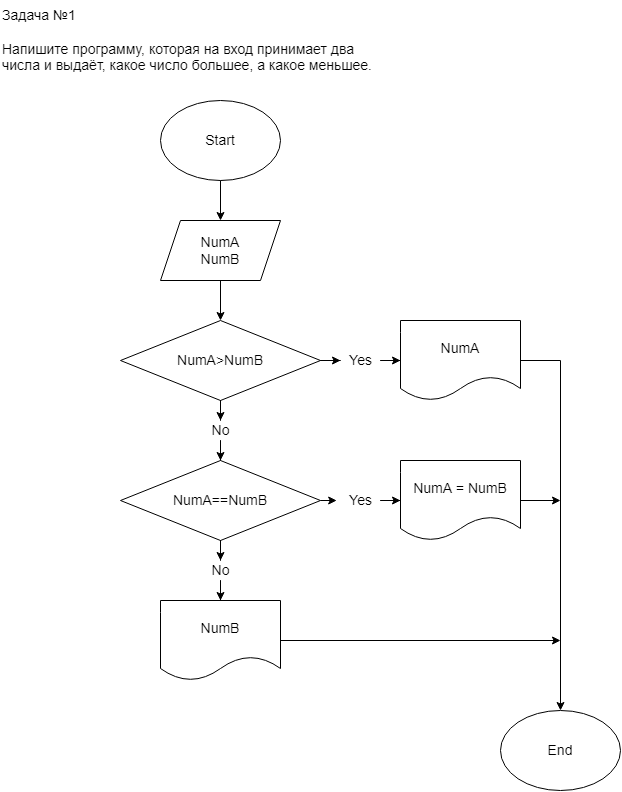
The draw.io diagram Seminar1/Task1/Exmp1.drawio.png in Artur-by/HomeWorkGeekbrains, before a commit. Source tidied: cells renumbered, new cells last; positions are measured from the earlier drawing's top-left corner, leaving out a move shared by most shapes. Source of this version:
```xml
<mxGraphModel>
  <root>
    <mxCell id="0" />
    <mxCell id="1" parent="0" />
    <mxCell id="2" value="&amp;nbsp;" style="text;html=1;align=center;verticalAlign=middle;strokeColor=none;fillColor=none;" parent="1" vertex="1">
      <mxGeometry x="70" y="40" width="20" height="20" as="geometry" />
    </mxCell>
    <mxCell id="3" value="Задача №1&#10;&#10;Напишите программу, которая на вход принимает два числа и выдаёт, какое число большее, а какое меньшее.&#10;" style="text;whiteSpace=wrap;fillColor=none;fontSize=14;" parent="1" vertex="1">
      <mxGeometry width="390" height="70" as="geometry" />
    </mxCell>
    <mxCell id="4" style="edgeStyle=orthogonalEdgeStyle;rounded=0;jettySize=auto;html=1;entryX=0.5;entryY=0;entryDx=0;entryDy=0;fontSize=14;" parent="1" edge="1" source="5" target="7">
      <mxGeometry relative="1" as="geometry" />
    </mxCell>
    <mxCell id="5" value="Start" style="ellipse;whiteSpace=wrap;html=1;fontSize=14;fillColor=none;" parent="1" vertex="1">
      <mxGeometry x="160" y="100" width="120" height="80" as="geometry" />
    </mxCell>
    <mxCell id="6" style="edgeStyle=orthogonalEdgeStyle;rounded=0;jettySize=auto;html=1;fontSize=14;" parent="1" edge="1" source="7">
      <mxGeometry relative="1" as="geometry">
        <mxPoint x="220" y="320" as="targetPoint" />
      </mxGeometry>
    </mxCell>
    <mxCell id="7" value="NumA&lt;br&gt;NumB" style="shape=parallelogram;perimeter=parallelogramPerimeter;whiteSpace=wrap;html=1;fixedSize=1;fontSize=14;fillColor=none;" parent="1" vertex="1">
      <mxGeometry x="160" y="220" width="120" height="60" as="geometry" />
    </mxCell>
    <mxCell id="8" style="edgeStyle=orthogonalEdgeStyle;rounded=0;jettySize=auto;html=1;fontSize=14;" parent="1" edge="1" source="10">
      <mxGeometry relative="1" as="geometry">
        <mxPoint x="220" y="420" as="targetPoint" />
      </mxGeometry>
    </mxCell>
    <mxCell id="9" style="edgeStyle=orthogonalEdgeStyle;rounded=0;jettySize=auto;html=1;fontSize=14;" parent="1" edge="1" source="10">
      <mxGeometry relative="1" as="geometry">
        <mxPoint x="340" y="360" as="targetPoint" />
      </mxGeometry>
    </mxCell>
    <mxCell id="10" value="NumA&amp;gt;NumB" style="rhombus;whiteSpace=wrap;html=1;fontSize=14;fillColor=none;" parent="1" vertex="1">
      <mxGeometry x="120" y="320" width="200" height="80" as="geometry" />
    </mxCell>
    <mxCell id="11" style="edgeStyle=orthogonalEdgeStyle;rounded=0;jettySize=auto;html=1;fontSize=14;" parent="1" edge="1" source="12">
      <mxGeometry relative="1" as="geometry">
        <mxPoint x="220" y="460" as="targetPoint" />
      </mxGeometry>
    </mxCell>
    <mxCell id="12" value="No" style="text;html=1;align=center;verticalAlign=middle;points=[];strokeColor=none;fillColor=none;fontSize=14;" parent="1" vertex="1">
      <mxGeometry x="205" y="420" width="30" height="20" as="geometry" />
    </mxCell>
    <mxCell id="13" style="edgeStyle=orthogonalEdgeStyle;rounded=0;jettySize=auto;html=1;fontSize=14;" parent="1" edge="1" source="14">
      <mxGeometry relative="1" as="geometry">
        <mxPoint x="560" y="710" as="targetPoint" />
      </mxGeometry>
    </mxCell>
    <mxCell id="14" value="NumA" style="shape=document;whiteSpace=wrap;html=1;boundedLbl=1;fontSize=14;fillColor=none;" parent="1" vertex="1">
      <mxGeometry x="400" y="320" width="120" height="80" as="geometry" />
    </mxCell>
    <mxCell id="15" style="edgeStyle=orthogonalEdgeStyle;rounded=0;jettySize=auto;html=1;entryX=0;entryY=0.5;entryDx=0;entryDy=0;fontSize=14;" parent="1" edge="1" source="16" target="14">
      <mxGeometry relative="1" as="geometry" />
    </mxCell>
    <mxCell id="16" value="Yes" style="text;html=1;align=center;verticalAlign=middle;points=[];strokeColor=none;fillColor=none;fontSize=14;" parent="1" vertex="1">
      <mxGeometry x="340" y="350" width="40" height="20" as="geometry" />
    </mxCell>
    <mxCell id="17" style="edgeStyle=orthogonalEdgeStyle;rounded=0;jettySize=auto;html=1;exitX=1;exitY=0.5;exitDx=0;exitDy=0;entryX=-0.096;entryY=0.508;entryDx=0;entryDy=0;entryPerimeter=0;fontSize=14;" parent="1" edge="1" source="19" target="23">
      <mxGeometry relative="1" as="geometry" />
    </mxCell>
    <mxCell id="18" style="edgeStyle=orthogonalEdgeStyle;rounded=0;jettySize=auto;html=1;fontSize=14;" parent="1" edge="1" source="19">
      <mxGeometry relative="1" as="geometry">
        <mxPoint x="220" y="560" as="targetPoint" />
      </mxGeometry>
    </mxCell>
    <mxCell id="19" value="NumA==NumB" style="rhombus;whiteSpace=wrap;html=1;fontSize=14;fillColor=none;" parent="1" vertex="1">
      <mxGeometry x="120" y="460" width="200" height="80" as="geometry" />
    </mxCell>
    <mxCell id="20" style="edgeStyle=orthogonalEdgeStyle;rounded=0;jettySize=auto;html=1;fontSize=14;" parent="1" edge="1" source="21">
      <mxGeometry relative="1" as="geometry">
        <mxPoint x="560" y="500" as="targetPoint" />
      </mxGeometry>
    </mxCell>
    <mxCell id="21" value="NumA = NumB" style="shape=document;whiteSpace=wrap;html=1;boundedLbl=1;fontSize=14;fillColor=none;" parent="1" vertex="1">
      <mxGeometry x="400" y="460" width="120" height="80" as="geometry" />
    </mxCell>
    <mxCell id="22" style="edgeStyle=orthogonalEdgeStyle;rounded=0;jettySize=auto;html=1;entryX=0;entryY=0.5;entryDx=0;entryDy=0;fontSize=14;" parent="1" edge="1" source="23" target="21">
      <mxGeometry relative="1" as="geometry" />
    </mxCell>
    <mxCell id="23" value="Yes" style="text;html=1;align=center;verticalAlign=middle;points=[];strokeColor=none;fillColor=none;fontSize=14;" parent="1" vertex="1">
      <mxGeometry x="340" y="490" width="40" height="20" as="geometry" />
    </mxCell>
    <mxCell id="24" style="edgeStyle=orthogonalEdgeStyle;rounded=0;jettySize=auto;html=1;fontSize=14;" parent="1" edge="1" source="25">
      <mxGeometry relative="1" as="geometry">
        <mxPoint x="220" y="600" as="targetPoint" />
      </mxGeometry>
    </mxCell>
    <mxCell id="25" value="No" style="text;html=1;align=center;verticalAlign=middle;points=[];strokeColor=none;fillColor=none;fontSize=14;" parent="1" vertex="1">
      <mxGeometry x="205" y="560" width="30" height="20" as="geometry" />
    </mxCell>
    <mxCell id="26" style="edgeStyle=orthogonalEdgeStyle;rounded=0;jettySize=auto;html=1;fontSize=14;" parent="1" edge="1" source="27">
      <mxGeometry relative="1" as="geometry">
        <mxPoint x="560" y="640" as="targetPoint" />
      </mxGeometry>
    </mxCell>
    <mxCell id="27" value="NumB" style="shape=document;whiteSpace=wrap;html=1;boundedLbl=1;fontSize=14;fillColor=none;" parent="1" vertex="1">
      <mxGeometry x="160" y="600" width="120" height="80" as="geometry" />
    </mxCell>
    <mxCell id="28" value="End" style="ellipse;whiteSpace=wrap;html=1;fontSize=14;fillColor=none;" parent="1" vertex="1">
      <mxGeometry x="500" y="710" width="120" height="80" as="geometry" />
    </mxCell>
  </root>
</mxGraphModel>
```
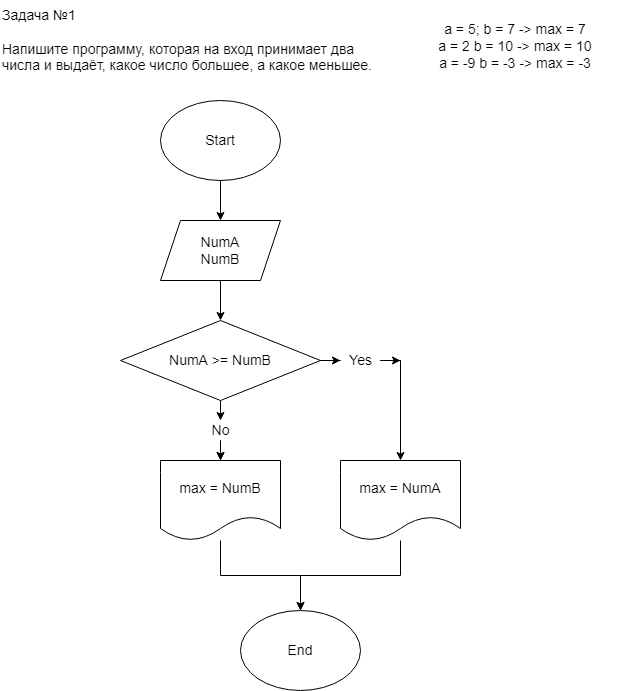
After the commit.

Commit message:
First task solved , add block diagram Exmp1

Change to the diagram source:
```diff
@@ -22,9 +22,10 @@
     <mxCell id="7" value="NumA&lt;br&gt;NumB" style="shape=parallelogram;perimeter=parallelogramPerimeter;whiteSpace=wrap;html=1;fixedSize=1;fontSize=14;fillColor=none;" parent="1" vertex="1">
       <mxGeometry x="160" y="220" width="120" height="60" as="geometry" />
     </mxCell>
-    <mxCell id="8" style="edgeStyle=orthogonalEdgeStyle;rounded=0;jettySize=auto;html=1;fontSize=14;" parent="1" edge="1" source="10">
+    <mxCell id="8" style="edgeStyle=orthogonalEdgeStyle;rounded=0;orthogonalLoop=1;jettySize=auto;html=1;fontSize=14;" parent="1" edge="1">
       <mxGeometry relative="1" as="geometry">
-        <mxPoint x="220" y="420" as="targetPoint" />
+        <mxPoint x="220" y="440" as="sourcePoint" />
+        <mxPoint x="220" y="460" as="targetPoint" />
       </mxGeometry>
     </mxCell>
     <mxCell id="9" style="edgeStyle=orthogonalEdgeStyle;rounded=0;jettySize=auto;html=1;fontSize=14;" parent="1" edge="1" source="10">
@@ -32,74 +33,53 @@
         <mxPoint x="340" y="360" as="targetPoint" />
       </mxGeometry>
     </mxCell>
+    <mxCell id="29" style="edgeStyle=orthogonalEdgeStyle;rounded=0;jettySize=auto;html=1;exitX=0.5;exitY=1;exitDx=0;exitDy=0;fontSize=14;" parent="1" edge="1" source="10">
+      <mxGeometry relative="1" as="geometry">
+        <mxPoint x="220" y="420" as="targetPoint" />
+      </mxGeometry>
+    </mxCell>
-    <mxCell id="10" value="NumA&amp;gt;NumB" style="rhombus;whiteSpace=wrap;html=1;fontSize=14;fillColor=none;" parent="1" vertex="1">
+    <mxCell id="10" value="NumA &amp;gt;= NumB" style="rhombus;whiteSpace=wrap;html=1;fontSize=14;fillColor=none;" parent="1" vertex="1">
       <mxGeometry x="120" y="320" width="200" height="80" as="geometry" />
     </mxCell>
-    <mxCell id="11" style="edgeStyle=orthogonalEdgeStyle;rounded=0;jettySize=auto;html=1;fontSize=14;" parent="1" edge="1" source="12">
-      <mxGeometry relative="1" as="geometry">
-        <mxPoint x="220" y="460" as="targetPoint" />
-      </mxGeometry>
-    </mxCell>
-    <mxCell id="12" value="No" style="text;html=1;align=center;verticalAlign=middle;points=[];strokeColor=none;fillColor=none;fontSize=14;" parent="1" vertex="1">
-      <mxGeometry x="205" y="420" width="30" height="20" as="geometry" />
-    </mxCell>
-    <mxCell id="13" style="edgeStyle=orthogonalEdgeStyle;rounded=0;jettySize=auto;html=1;fontSize=14;" parent="1" edge="1" source="14">
-      <mxGeometry relative="1" as="geometry">
-        <mxPoint x="560" y="710" as="targetPoint" />
-      </mxGeometry>
-    </mxCell>
+    <mxCell id="30" style="edgeStyle=orthogonalEdgeStyle;rounded=0;jettySize=auto;html=1;entryX=0.5;entryY=0;entryDx=0;entryDy=0;fontSize=14;" parent="1" edge="1" source="14" target="28">
+      <mxGeometry relative="1" as="geometry" />
+    </mxCell>
-    <mxCell id="14" value="NumA" style="shape=document;whiteSpace=wrap;html=1;boundedLbl=1;fontSize=14;fillColor=none;" parent="1" vertex="1">
-      <mxGeometry x="400" y="320" width="120" height="80" as="geometry" />
+    <mxCell id="14" value="max = NumA" style="shape=document;whiteSpace=wrap;html=1;boundedLbl=1;fontSize=14;fillColor=none;" parent="1" vertex="1">
+      <mxGeometry x="340" y="460" width="120" height="80" as="geometry" />
     </mxCell>
-    <mxCell id="15" style="edgeStyle=orthogonalEdgeStyle;rounded=0;jettySize=auto;html=1;entryX=0;entryY=0.5;entryDx=0;entryDy=0;fontSize=14;" parent="1" edge="1" source="16" target="14">
-      <mxGeometry relative="1" as="geometry" />
+    <mxCell id="15" style="edgeStyle=orthogonalEdgeStyle;rounded=0;jettySize=auto;html=1;entryX=0.5;entryY=0;entryDx=0;entryDy=0;fontSize=14;" parent="1" edge="1" target="14">
+      <mxGeometry relative="1" as="geometry">
+        <mxPoint x="400" y="360" as="sourcePoint" />
+      </mxGeometry>
     </mxCell>
+    <mxCell id="31" style="edgeStyle=orthogonalEdgeStyle;rounded=0;jettySize=auto;html=1;fontSize=14;" parent="1" edge="1" source="16">
+      <mxGeometry relative="1" as="geometry">
+        <mxPoint x="400" y="360" as="targetPoint" />
+      </mxGeometry>
+    </mxCell>
     <mxCell id="16" value="Yes" style="text;html=1;align=center;verticalAlign=middle;points=[];strokeColor=none;fillColor=none;fontSize=14;" parent="1" vertex="1">
       <mxGeometry x="340" y="350" width="40" height="20" as="geometry" />
     </mxCell>
-    <mxCell id="17" style="edgeStyle=orthogonalEdgeStyle;rounded=0;jettySize=auto;html=1;exitX=1;exitY=0.5;exitDx=0;exitDy=0;entryX=-0.096;entryY=0.508;entryDx=0;entryDy=0;entryPerimeter=0;fontSize=14;" parent="1" edge="1" source="19" target="23">
-      <mxGeometry relative="1" as="geometry" />
-    </mxCell>
-    <mxCell id="18" style="edgeStyle=orthogonalEdgeStyle;rounded=0;jettySize=auto;html=1;fontSize=14;" parent="1" edge="1" source="19">
-      <mxGeometry relative="1" as="geometry">
-        <mxPoint x="220" y="560" as="targetPoint" />
-      </mxGeometry>
-    </mxCell>
-    <mxCell id="19" value="NumA==NumB" style="rhombus;whiteSpace=wrap;html=1;fontSize=14;fillColor=none;" parent="1" vertex="1">
-      <mxGeometry x="120" y="460" width="200" height="80" as="geometry" />
-    </mxCell>
-    <mxCell id="20" style="edgeStyle=orthogonalEdgeStyle;rounded=0;jettySize=auto;html=1;fontSize=14;" parent="1" edge="1" source="21">
-      <mxGeometry relative="1" as="geometry">
-        <mxPoint x="560" y="500" as="targetPoint" />
-      </mxGeometry>
-    </mxCell>
-    <mxCell id="21" value="NumA = NumB" style="shape=document;whiteSpace=wrap;html=1;boundedLbl=1;fontSize=14;fillColor=none;" parent="1" vertex="1">
-      <mxGeometry x="400" y="460" width="120" height="80" as="geometry" />
-    </mxCell>
-    <mxCell id="22" style="edgeStyle=orthogonalEdgeStyle;rounded=0;jettySize=auto;html=1;entryX=0;entryY=0.5;entryDx=0;entryDy=0;fontSize=14;" parent="1" edge="1" source="23" target="21">
-      <mxGeometry relative="1" as="geometry" />
-    </mxCell>
-    <mxCell id="23" value="Yes" style="text;html=1;align=center;verticalAlign=middle;points=[];strokeColor=none;fillColor=none;fontSize=14;" parent="1" vertex="1">
-      <mxGeometry x="340" y="490" width="40" height="20" as="geometry" />
-    </mxCell>
-    <mxCell id="24" style="edgeStyle=orthogonalEdgeStyle;rounded=0;jettySize=auto;html=1;fontSize=14;" parent="1" edge="1" source="25">
+    <mxCell id="24" style="edgeStyle=orthogonalEdgeStyle;rounded=0;orthogonalLoop=1;jettySize=auto;html=1;fontSize=14;" parent="1" edge="1">
       <mxGeometry relative="1" as="geometry">
-        <mxPoint x="220" y="600" as="targetPoint" />
+        <mxPoint x="220" y="440" as="sourcePoint" />
+        <mxPoint x="220" y="460" as="targetPoint" />
       </mxGeometry>
     </mxCell>
-    <mxCell id="25" value="No" style="text;html=1;align=center;verticalAlign=middle;points=[];strokeColor=none;fillColor=none;fontSize=14;" parent="1" vertex="1">
-      <mxGeometry x="205" y="560" width="30" height="20" as="geometry" />
-    </mxCell>
-    <mxCell id="26" style="edgeStyle=orthogonalEdgeStyle;rounded=0;jettySize=auto;html=1;fontSize=14;" parent="1" edge="1" source="27">
-      <mxGeometry relative="1" as="geometry">
-        <mxPoint x="560" y="640" as="targetPoint" />
-      </mxGeometry>
-    </mxCell>
+    <mxCell id="32" style="edgeStyle=orthogonalEdgeStyle;rounded=0;jettySize=auto;html=1;entryX=0.5;entryY=0;entryDx=0;entryDy=0;fontSize=14;" parent="1" edge="1" source="27" target="28">
+      <mxGeometry relative="1" as="geometry" />
+    </mxCell>
-    <mxCell id="27" value="NumB" style="shape=document;whiteSpace=wrap;html=1;boundedLbl=1;fontSize=14;fillColor=none;" parent="1" vertex="1">
-      <mxGeometry x="160" y="600" width="120" height="80" as="geometry" />
+    <mxCell id="27" value="max = NumB" style="shape=document;whiteSpace=wrap;html=1;boundedLbl=1;fontSize=14;fillColor=none;" parent="1" vertex="1">
+      <mxGeometry x="160" y="460" width="120" height="80" as="geometry" />
     </mxCell>
     <mxCell id="28" value="End" style="ellipse;whiteSpace=wrap;html=1;fontSize=14;fillColor=none;" parent="1" vertex="1">
-      <mxGeometry x="500" y="710" width="120" height="80" as="geometry" />
+      <mxGeometry x="240" y="610" width="120" height="80" as="geometry" />
     </mxCell>
+    <mxCell id="33" value="a = 5; b = 7 -&gt;  max = 7&#10;a = 2 b = 10 -&gt; max = 10&#10;a = -9 b = -3 -&gt; max = -3" style="text;align=center;verticalAlign=middle;strokeColor=none;fillColor=none;fontSize=14;labelBackgroundColor=none;" parent="1" vertex="1">
+      <mxGeometry x="410" width="210" height="90" as="geometry" />
+    </mxCell>
+    <mxCell id="12" value="No" style="text;html=1;align=center;verticalAlign=middle;points=[];strokeColor=none;fillColor=none;fontSize=14;" parent="1" vertex="1">
+      <mxGeometry x="205" y="420" width="30" height="20" as="geometry" />
+    </mxCell>
   </root>
 </mxGraphModel>
```
